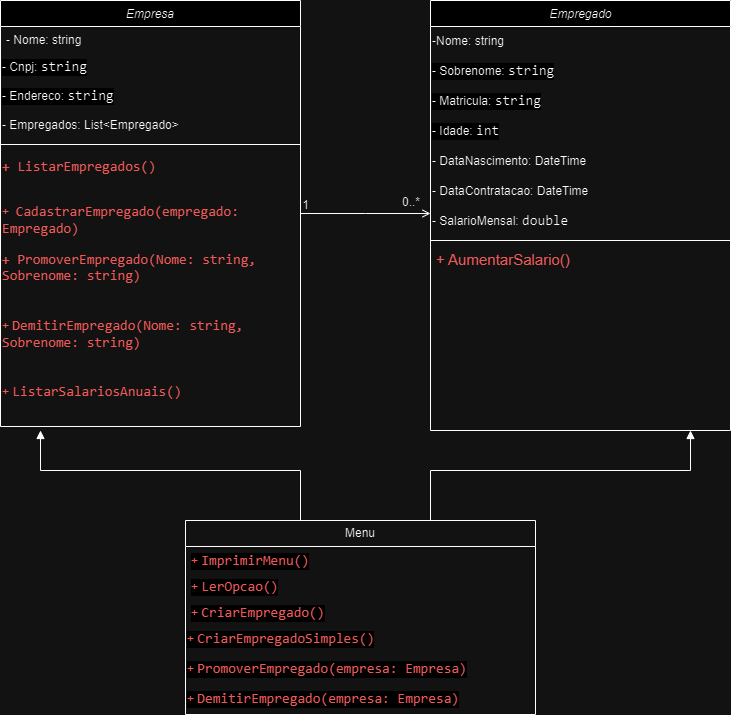
Earlier version of the draw.io export Diagrama sem nome.drawio.png (harumimayu/teste-repositorio-primeiro). Source tidied: cells renumbered, new cells last; positions are measured from the earlier drawing's top-left corner, leaving out a move shared by most shapes.
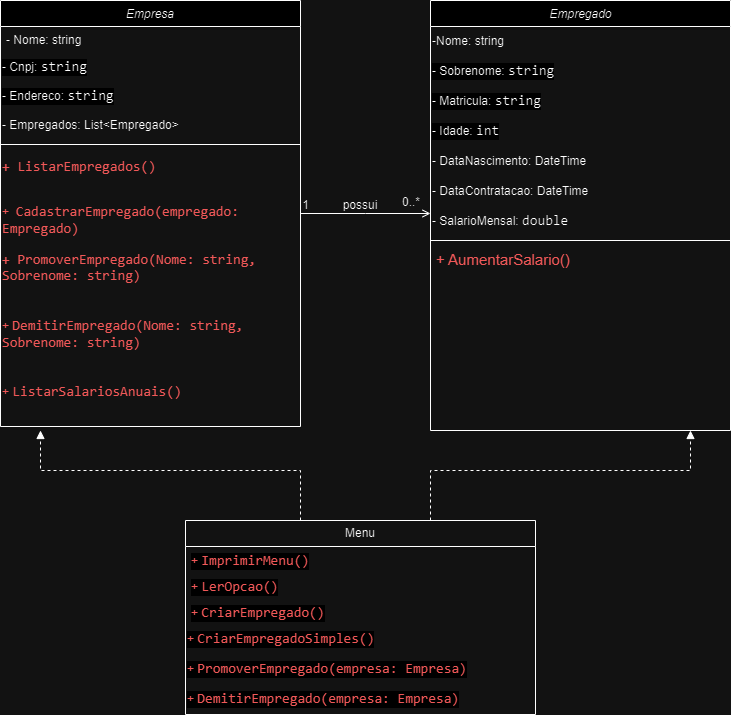
After the commit.

Change to the diagram source:
```diff
@@ -101,7 +101,7 @@
     <mxCell id="32" value="+ &lt;span style=&quot;border: 0px solid rgb(217, 217, 227); box-sizing: border-box; --tw-border-spacing-x: 0; --tw-border-spacing-y: 0; --tw-translate-x: 0; --tw-translate-y: 0; --tw-rotate: 0; --tw-skew-x: 0; --tw-skew-y: 0; --tw-scale-x: 1; --tw-scale-y: 1; --tw-pan-x: ; --tw-pan-y: ; --tw-pinch-zoom: ; --tw-scroll-snap-strictness: proximity; --tw-gradient-from-position: ; --tw-gradient-via-position: ; --tw-gradient-to-position: ; --tw-ordinal: ; --tw-slashed-zero: ; --tw-numeric-figure: ; --tw-numeric-spacing: ; --tw-numeric-fraction: ; --tw-ring-inset: ; --tw-ring-offset-width: 0px; --tw-ring-offset-color: #fff; --tw-ring-color: rgba(69,89,164,.5); --tw-ring-offset-shadow: 0 0 transparent; --tw-ring-shadow: 0 0 transparent; --tw-shadow: 0 0 transparent; --tw-shadow-colored: 0 0 transparent; --tw-blur: ; --tw-brightness: ; --tw-contrast: ; --tw-grayscale: ; --tw-hue-rotate: ; --tw-invert: ; --tw-saturate: ; --tw-sepia: ; --tw-drop-shadow: ; --tw-backdrop-blur: ; --tw-backdrop-brightness: ; --tw-backdrop-contrast: ; --tw-backdrop-grayscale: ; --tw-backdrop-hue-rotate: ; --tw-backdrop-invert: ; --tw-backdrop-opacity: ; --tw-backdrop-saturate: ; --tw-backdrop-sepia: ; font-family: &amp;quot;Söhne Mono&amp;quot;, Monaco, &amp;quot;Andale Mono&amp;quot;, &amp;quot;Ubuntu Mono&amp;quot;, monospace; font-size: 14px;&quot; class=&quot;hljs-title function_ invoke__&quot;&gt;DemitirEmpregado&lt;/span&gt;&lt;span style=&quot;font-family: &amp;quot;Söhne Mono&amp;quot;, Monaco, &amp;quot;Andale Mono&amp;quot;, &amp;quot;Ubuntu Mono&amp;quot;, monospace; font-size: 14px;&quot;&gt;(&lt;/span&gt;&lt;span style=&quot;border: 0px solid rgb(217, 217, 227); box-sizing: border-box; --tw-border-spacing-x: 0; --tw-border-spacing-y: 0; --tw-translate-x: 0; --tw-translate-y: 0; --tw-rotate: 0; --tw-skew-x: 0; --tw-skew-y: 0; --tw-scale-x: 1; --tw-scale-y: 1; --tw-pan-x: ; --tw-pan-y: ; --tw-pinch-zoom: ; --tw-scroll-snap-strictness: proximity; --tw-gradient-from-position: ; --tw-gradient-via-position: ; --tw-gradient-to-position: ; --tw-ordinal: ; --tw-slashed-zero: ; --tw-numeric-figure: ; --tw-numeric-spacing: ; --tw-numeric-fraction: ; --tw-ring-inset: ; --tw-ring-offset-width: 0px; --tw-ring-offset-color: #fff; --tw-ring-color: rgba(69,89,164,.5); --tw-ring-offset-shadow: 0 0 transparent; --tw-ring-shadow: 0 0 transparent; --tw-shadow: 0 0 transparent; --tw-shadow-colored: 0 0 transparent; --tw-blur: ; --tw-brightness: ; --tw-contrast: ; --tw-grayscale: ; --tw-hue-rotate: ; --tw-invert: ; --tw-saturate: ; --tw-sepia: ; --tw-drop-shadow: ; --tw-backdrop-blur: ; --tw-backdrop-brightness: ; --tw-backdrop-contrast: ; --tw-backdrop-grayscale: ; --tw-backdrop-hue-rotate: ; --tw-backdrop-invert: ; --tw-backdrop-opacity: ; --tw-backdrop-saturate: ; --tw-backdrop-sepia: ; font-family: &amp;quot;Söhne Mono&amp;quot;, Monaco, &amp;quot;Andale Mono&amp;quot;, &amp;quot;Ubuntu Mono&amp;quot;, monospace; font-size: 14px;&quot; class=&quot;hljs-attr&quot;&gt;empresa&lt;/span&gt;&lt;span style=&quot;font-family: &amp;quot;Söhne Mono&amp;quot;, Monaco, &amp;quot;Andale Mono&amp;quot;, &amp;quot;Ubuntu Mono&amp;quot;, monospace; font-size: 14px;&quot;&gt;: Empresa)&lt;/span&gt;" style="text;strokeColor=none;align=left;fillColor=none;html=1;verticalAlign=middle;whiteSpace=wrap;rounded=0;fontColor=#FF6666;labelBackgroundColor=default;" parent="26" vertex="1">
       <mxGeometry y="164" width="350" height="30" as="geometry" />
     </mxCell>
-    <mxCell id="33" style="endArrow=block;endFill=1;html=1;edgeStyle=orthogonalEdgeStyle;align=left;verticalAlign=top;rounded=0;" parent="1" edge="1" source="26">
+    <mxCell id="33" style="endArrow=block;endFill=1;html=1;edgeStyle=orthogonalEdgeStyle;align=left;verticalAlign=top;rounded=0;dashed=1;" parent="1" edge="1" source="26">
       <mxGeometry x="-0.42" y="-50" relative="1" as="geometry">
         <mxPoint x="690" y="430" as="targetPoint" />
         <Array as="points">
@@ -110,7 +110,7 @@
         </Array>
       </mxGeometry>
     </mxCell>
-    <mxCell id="34" style="endArrow=block;endFill=1;html=1;edgeStyle=orthogonalEdgeStyle;align=left;verticalAlign=top;rounded=0;" parent="1" edge="1" source="26">
+    <mxCell id="34" style="endArrow=block;endFill=1;html=1;edgeStyle=orthogonalEdgeStyle;align=left;verticalAlign=top;rounded=0;dashed=1;" parent="1" edge="1" source="26">
       <mxGeometry x="-1" relative="1" as="geometry">
         <mxPoint x="40" y="430" as="targetPoint" />
         <Array as="points">
@@ -119,5 +119,8 @@
         </Array>
       </mxGeometry>
     </mxCell>
+    <mxCell id="35" value="possui" style="text;strokeColor=none;align=center;fillColor=none;html=1;verticalAlign=middle;whiteSpace=wrap;rounded=0;" parent="1" vertex="1">
+      <mxGeometry x="330" y="190" width="60" height="30" as="geometry" />
+    </mxCell>
   </root>
 </mxGraphModel>
```
